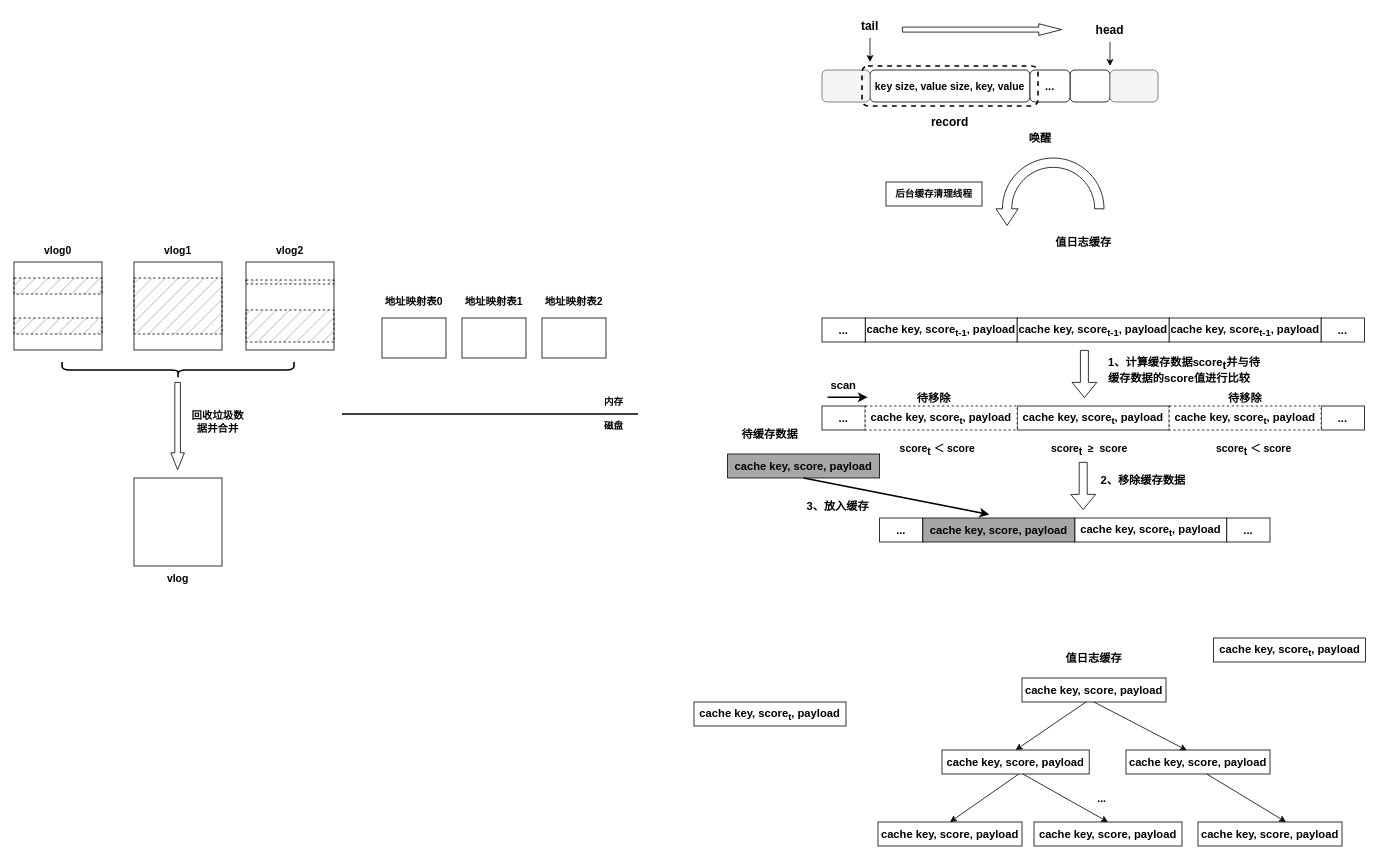
Above: page "第 2 页" (2 of 3) of RabbitKV.drawio in yeqiyi/drawIO (draw.io), before the change. Source tidied: cells renumbered, new cells numbered last; positions are measured from the earlier drawing's top-left corner, leaving out a move shared by most shapes. Both pictures are drawn from the tidied source at 80%, with x=0, y=0 at pixel (14, 14).
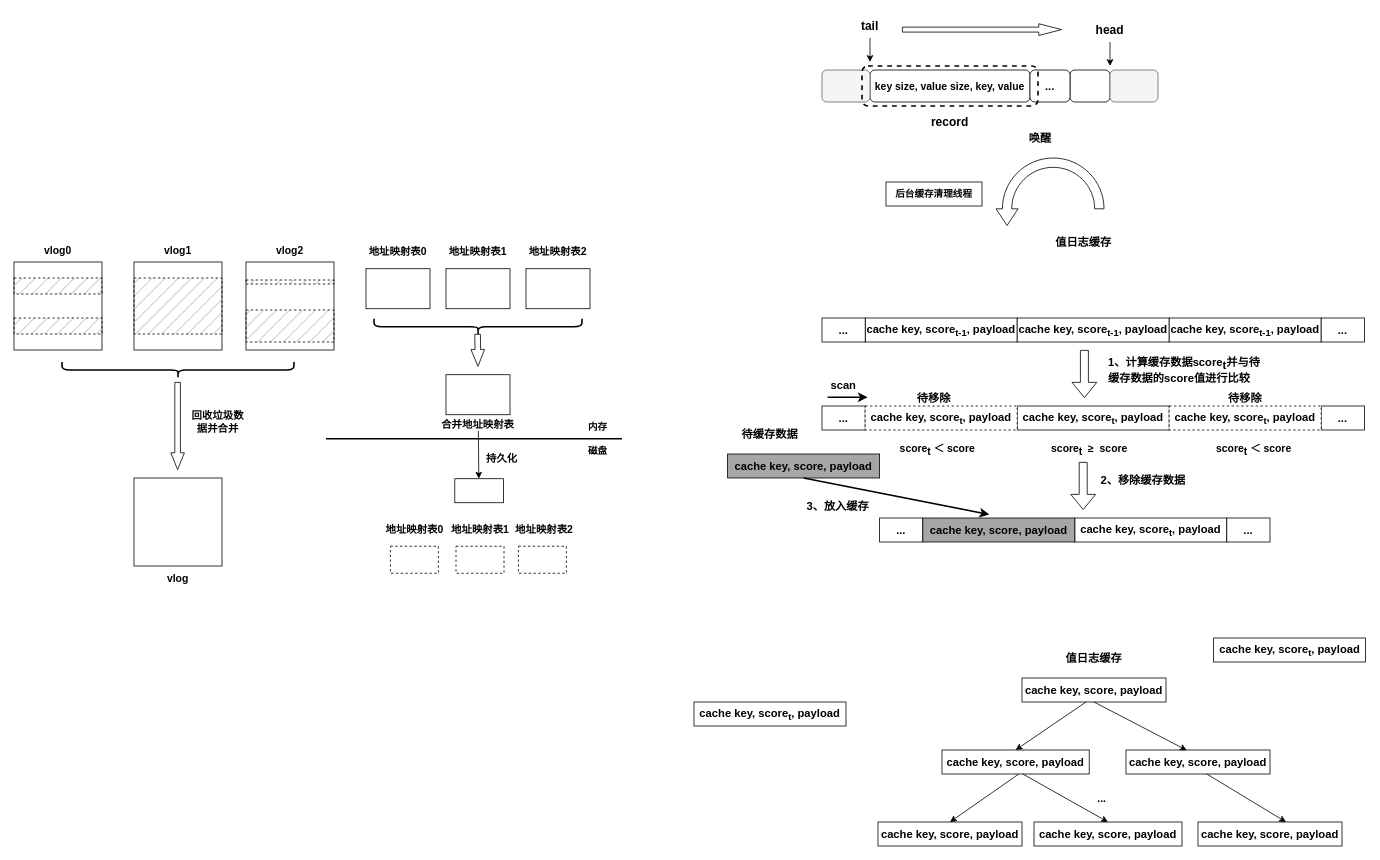
Above is the later version.

What changed in the source:
```diff
@@
     <mxCell id="78" style="endArrow=none;html=1;rounded=0;strokeWidth=2;" parent="1" edge="1">
       <mxGeometry relative="1" as="geometry">
-        <mxPoint x="410" y="500" as="sourcePoint" />
-        <mxPoint x="780" y="500" as="targetPoint" />
+        <mxPoint x="390" y="530.9" as="sourcePoint" />
+        <mxPoint x="760" y="530.9" as="targetPoint" />
       </mxGeometry>
     </mxCell>
     <mxCell id="79" value="&lt;b&gt;内存&lt;/b&gt;" style="text;html=1;strokeColor=none;fillColor=none;align=center;verticalAlign=middle;whiteSpace=wrap;rounded=0;" parent="1" vertex="1">
-      <mxGeometry x="720" y="470" width="60" height="30" as="geometry" />
+      <mxGeometry x="700" y="500.9" width="60" height="30" as="geometry" />
     </mxCell>
     <mxCell id="80" value="&lt;b&gt;磁盘&lt;/b&gt;" style="text;html=1;strokeColor=none;fillColor=none;align=center;verticalAlign=middle;whiteSpace=wrap;rounded=0;" parent="1" vertex="1">
-      <mxGeometry x="720" y="500" width="60" height="30" as="geometry" />
+      <mxGeometry x="700" y="530.9" width="60" height="30" as="geometry" />
     </mxCell>
     <mxCell id="81" style="rounded=0;whiteSpace=wrap;html=1;" parent="1" vertex="1">
-      <mxGeometry x="460" y="380" width="80" height="50" as="geometry" />
+      <mxGeometry x="440" y="318.4" width="80" height="50" as="geometry" />
     </mxCell>
     <mxCell id="82" value="&lt;span style=&quot;font-size: 13px;&quot;&gt;&lt;b&gt;地址映射表0&lt;/b&gt;&lt;/span&gt;" style="text;html=1;strokeColor=none;fillColor=none;align=center;verticalAlign=middle;whiteSpace=wrap;rounded=0;" parent="1" vertex="1">
-      <mxGeometry x="460" y="347.5" width="80" height="22.5" as="geometry" />
+      <mxGeometry x="440" y="285.9" width="80" height="22.5" as="geometry" />
     </mxCell>
     <mxCell id="83" style="rounded=0;whiteSpace=wrap;html=1;" parent="1" vertex="1">
-      <mxGeometry x="560" y="380" width="80" height="50" as="geometry" />
+      <mxGeometry x="540" y="318.4" width="80" height="50" as="geometry" />
     </mxCell>
     <mxCell id="84" value="&lt;span style=&quot;font-size: 13px;&quot;&gt;&lt;b&gt;地址映射表1&lt;/b&gt;&lt;/span&gt;" style="text;html=1;strokeColor=none;fillColor=none;align=center;verticalAlign=middle;whiteSpace=wrap;rounded=0;" parent="1" vertex="1">
-      <mxGeometry x="560" y="347.5" width="80" height="22.5" as="geometry" />
+      <mxGeometry x="540" y="285.9" width="80" height="22.5" as="geometry" />
     </mxCell>
     <mxCell id="85" style="rounded=0;whiteSpace=wrap;html=1;" parent="1" vertex="1">
-      <mxGeometry x="660" y="380" width="80" height="50" as="geometry" />
+      <mxGeometry x="640" y="318.4" width="80" height="50" as="geometry" />
     </mxCell>
     <mxCell id="86" value="&lt;span style=&quot;font-size: 13px;&quot;&gt;&lt;b&gt;地址映射表2&lt;/b&gt;&lt;/span&gt;" style="text;html=1;strokeColor=none;fillColor=none;align=center;verticalAlign=middle;whiteSpace=wrap;rounded=0;" parent="1" vertex="1">
-      <mxGeometry x="660" y="347.5" width="80" height="22.5" as="geometry" />
+      <mxGeometry x="640" y="285.9" width="80" height="22.5" as="geometry" />
     </mxCell>
+    <mxCell id="87" style="shape=flexArrow;endArrow=classic;html=1;rounded=0;endWidth=9;endSize=6.67;width=7;" parent="1" edge="1">
+      <mxGeometry relative="1" as="geometry">
+        <mxPoint x="579.5" y="399.9" as="sourcePoint" />
+        <mxPoint x="580" y="440.9" as="targetPoint" />
+      </mxGeometry>
+    </mxCell>
+    <mxCell id="88" style="rounded=0;whiteSpace=wrap;html=1;" parent="1" vertex="1">
+      <mxGeometry x="540" y="450.9" width="80" height="50" as="geometry" />
+    </mxCell>
+    <mxCell id="89" value="&lt;span style=&quot;font-size: 13px;&quot;&gt;&lt;b&gt;合并地址映射表&lt;/b&gt;&lt;/span&gt;" style="text;html=1;strokeColor=none;fillColor=none;align=center;verticalAlign=middle;whiteSpace=wrap;rounded=0;" parent="1" vertex="1">
+      <mxGeometry x="530" y="504.7" width="100" height="16.2" as="geometry" />
+    </mxCell>
+    <mxCell id="90" style="shape=curlyBracket;whiteSpace=wrap;html=1;rounded=1;flipH=1;labelPosition=right;verticalLabelPosition=middle;align=left;verticalAlign=middle;rotation=90;strokeWidth=2;" parent="1" vertex="1">
+      <mxGeometry x="570" y="260.9" width="20" height="260" as="geometry" />
+    </mxCell>
+    <mxCell id="91" style="rounded=0;whiteSpace=wrap;html=1;fillColor=default;dashed=1;" parent="1" vertex="1">
+      <mxGeometry x="470.5" y="665.3" width="60" height="33.8" as="geometry" />
+    </mxCell>
+    <mxCell id="92" value="&lt;span style=&quot;font-size: 13px;&quot;&gt;&lt;b&gt;地址映射表0&lt;/b&gt;&lt;/span&gt;" style="text;html=1;strokeColor=none;fillColor=none;align=center;verticalAlign=middle;whiteSpace=wrap;rounded=0;" parent="1" vertex="1">
+      <mxGeometry x="460.5" y="632.8" width="80" height="22.5" as="geometry" />
+    </mxCell>
+    <mxCell id="93" style="rounded=0;whiteSpace=wrap;html=1;dashed=1;" parent="1" vertex="1">
+      <mxGeometry x="552.5" y="665.3" width="60" height="33.8" as="geometry" />
+    </mxCell>
+    <mxCell id="94" value="&lt;span style=&quot;font-size: 13px;&quot;&gt;&lt;b&gt;地址映射表1&lt;/b&gt;&lt;/span&gt;" style="text;html=1;strokeColor=none;fillColor=none;align=center;verticalAlign=middle;whiteSpace=wrap;rounded=0;" parent="1" vertex="1">
+      <mxGeometry x="542.5" y="632.8" width="80" height="22.5" as="geometry" />
+    </mxCell>
+    <mxCell id="95" style="rounded=0;whiteSpace=wrap;html=1;dashed=1;" parent="1" vertex="1">
+      <mxGeometry x="630.5" y="665.3" width="60" height="33.8" as="geometry" />
+    </mxCell>
+    <mxCell id="96" value="&lt;span style=&quot;font-size: 13px;&quot;&gt;&lt;b&gt;地址映射表2&lt;/b&gt;&lt;/span&gt;" style="text;html=1;strokeColor=none;fillColor=none;align=center;verticalAlign=middle;whiteSpace=wrap;rounded=0;" parent="1" vertex="1">
+      <mxGeometry x="622.5" y="632.8" width="80" height="22.5" as="geometry" />
+    </mxCell>
+    <mxCell id="97" style="endArrow=classic;html=1;rounded=0;" parent="1" edge="1">
+      <mxGeometry relative="1" as="geometry">
+        <mxPoint x="580.5" y="520.9" as="sourcePoint" />
+        <mxPoint x="581" y="580.9" as="targetPoint" />
+      </mxGeometry>
+    </mxCell>
+    <mxCell id="98" value="&lt;b&gt;&lt;font style=&quot;font-size: 13px;&quot;&gt;持久化&lt;/font&gt;&lt;/b&gt;" style="text;html=1;strokeColor=none;fillColor=none;align=center;verticalAlign=middle;whiteSpace=wrap;rounded=0;" parent="1" vertex="1">
+      <mxGeometry x="580" y="540.9" width="60" height="30" as="geometry" />
+    </mxCell>
+    <mxCell id="99" style="rounded=0;whiteSpace=wrap;html=1;" parent="1" vertex="1">
+      <mxGeometry x="551" y="580.9" width="61" height="30" as="geometry" />
+    </mxCell>
```
